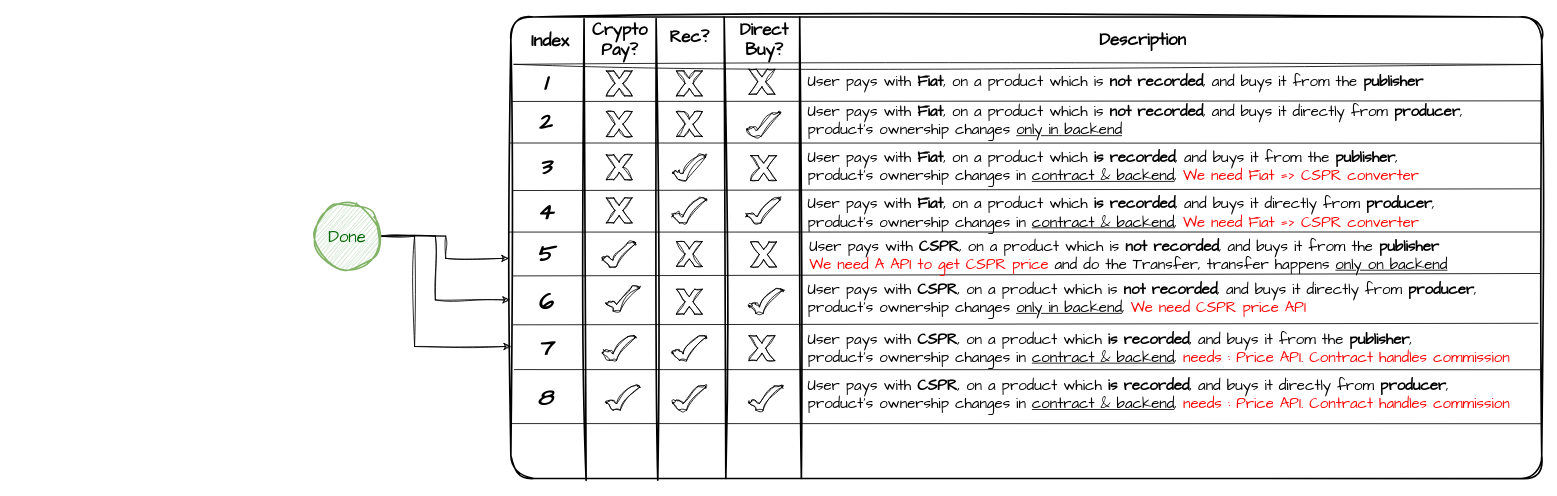
Before: Payment.drawio in k3rn3lpanicc/DroplinkedCharts, a draw.io diagram. Source tidied: cells renumbered, new cells numbered last; positions are measured from the earlier drawing's top-left corner, leaving out a move shared by most shapes. Both pictures are drawn from the tidied source at 83%, with x=0, y=0 at pixel (314, 14).
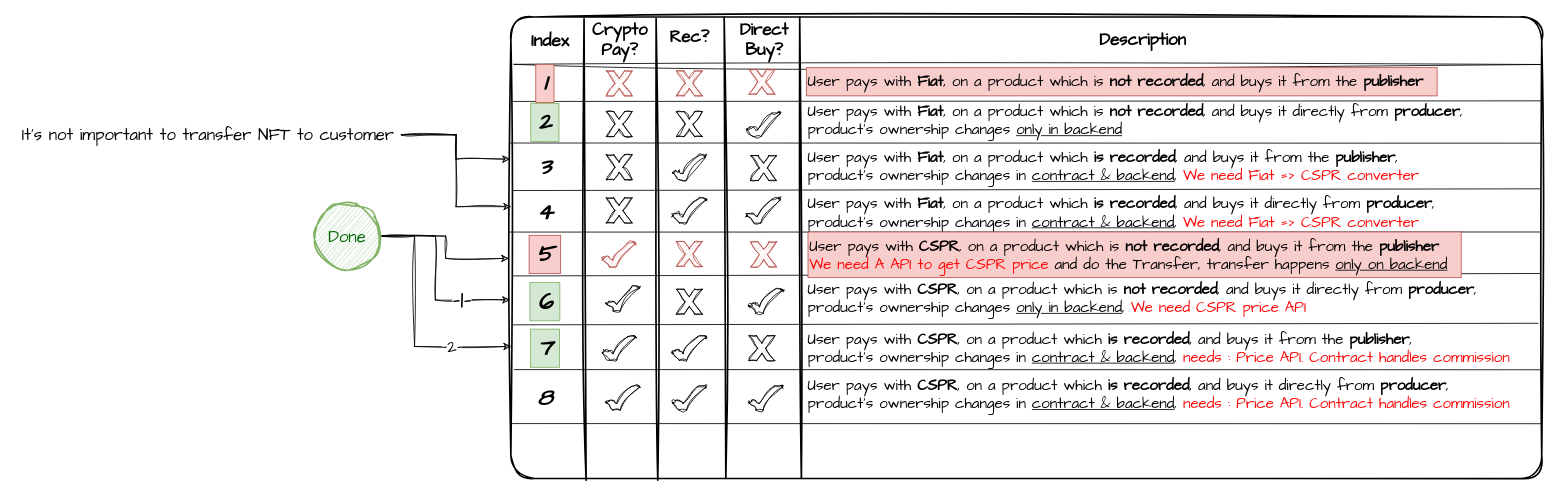
The same page after the edit.

The change refers to these unchanged cells:
```xml
<mxCell id="2" style="rounded=1;whiteSpace=wrap;html=1;sketch=1;hachureGap=4;jiggle=2;curveFitting=1;fontFamily=Architects Daughter;fontSize=20;arcSize=5;strokeWidth=2;" parent="1" vertex="1">
  <mxGeometry x="237" y="3" width="1242" height="556" as="geometry" />
</mxCell>
<mxCell id="62" style="edgeStyle=orthogonalEdgeStyle;rounded=0;sketch=1;hachureGap=4;jiggle=2;curveFitting=1;jettySize=auto;html=1;exitX=1;exitY=0.5;exitDx=0;exitDy=0;entryX=-0.001;entryY=0.613;entryDx=0;entryDy=0;entryPerimeter=0;fontFamily=Architects Daughter;fontSize=16;" parent="1" edge="1" source="64" target="2">
  <mxGeometry relative="1" as="geometry">
    <Array as="points">
      <mxPoint x="146" y="267" />
      <mxPoint x="146" y="344" />
    </Array>
  </mxGeometry>
</mxCell>
<mxCell id="63" style="edgeStyle=orthogonalEdgeStyle;rounded=0;sketch=1;hachureGap=4;jiggle=2;curveFitting=1;jettySize=auto;html=1;entryX=0;entryY=0.714;entryDx=0;entryDy=0;entryPerimeter=0;fontFamily=Architects Daughter;fontSize=16;" parent="1" edge="1" source="64" target="2">
  <mxGeometry relative="1" as="geometry">
    <Array as="points">
      <mxPoint x="121" y="267" />
      <mxPoint x="121" y="400" />
    </Array>
  </mxGeometry>
</mxCell>
```

Diff of the diagram source:
```diff
@@
-    <mxCell id="21" value="&lt;font style=&quot;font-size: 28px;&quot;&gt;&lt;b style=&quot;font-size: 28px;&quot;&gt;&lt;i style=&quot;font-size: 28px;&quot;&gt;1&lt;/i&gt;&lt;/b&gt;&lt;/font&gt;" style="text;html=1;align=center;verticalAlign=middle;strokeColor=none;fillColor=none;fontSize=28;fontFamily=Architects Daughter;" parent="1" vertex="1">
+    <mxCell id="21" value="&lt;font style=&quot;font-size: 28px;&quot;&gt;&lt;b style=&quot;font-size: 28px;&quot;&gt;&lt;i style=&quot;font-size: 28px;&quot;&gt;1&lt;/i&gt;&lt;/b&gt;&lt;/font&gt;" style="text;html=1;align=center;verticalAlign=middle;strokeColor=#b85450;fillColor=#f8cecc;fontSize=28;fontFamily=Architects Daughter;" parent="1" vertex="1">
       <mxGeometry x="267" y="60" width="22" height="46" as="geometry" />
     </mxCell>
-    <mxCell id="22" value="&lt;span style=&quot;font-size: 28px;&quot;&gt;&lt;b style=&quot;font-size: 28px;&quot;&gt;&lt;i style=&quot;font-size: 28px;&quot;&gt;2&lt;/i&gt;&lt;/b&gt;&lt;/span&gt;" style="text;html=1;align=center;verticalAlign=middle;strokeColor=none;fillColor=none;fontSize=28;fontFamily=Architects Daughter;" parent="1" vertex="1">
+    <mxCell id="22" value="&lt;span style=&quot;font-size: 28px;&quot;&gt;&lt;b style=&quot;font-size: 28px;&quot;&gt;&lt;i style=&quot;font-size: 28px;&quot;&gt;2&lt;/i&gt;&lt;/b&gt;&lt;/span&gt;" style="text;html=1;align=center;verticalAlign=middle;strokeColor=#82b366;fillColor=#d5e8d4;fontSize=28;fontFamily=Architects Daughter;" parent="1" vertex="1">
       <mxGeometry x="261" y="107" width="34" height="46" as="geometry" />
     </mxCell>
@@
-    <mxCell id="25" value="&lt;span style=&quot;font-size: 28px;&quot;&gt;&lt;b style=&quot;font-size: 28px;&quot;&gt;&lt;i style=&quot;font-size: 28px;&quot;&gt;5&lt;/i&gt;&lt;/b&gt;&lt;/span&gt;" style="text;html=1;align=center;verticalAlign=middle;strokeColor=none;fillColor=none;fontSize=28;fontFamily=Architects Daughter;" parent="1" vertex="1">
+    <mxCell id="25" value="&lt;span style=&quot;font-size: 28px;&quot;&gt;&lt;b style=&quot;font-size: 28px;&quot;&gt;&lt;i style=&quot;font-size: 28px;&quot;&gt;5&lt;/i&gt;&lt;/b&gt;&lt;/span&gt;" style="text;html=1;align=center;verticalAlign=middle;strokeColor=#b85450;fillColor=#f8cecc;fontSize=28;fontFamily=Architects Daughter;" parent="1" vertex="1">
       <mxGeometry x="259" y="266" width="38" height="46" as="geometry" />
     </mxCell>
-    <mxCell id="26" value="&lt;span style=&quot;font-size: 28px;&quot;&gt;&lt;b style=&quot;font-size: 28px;&quot;&gt;&lt;i style=&quot;font-size: 28px;&quot;&gt;6&lt;/i&gt;&lt;/b&gt;&lt;/span&gt;" style="text;html=1;align=center;verticalAlign=middle;strokeColor=none;fillColor=none;fontSize=28;fontFamily=Architects Daughter;" parent="1" vertex="1">
+    <mxCell id="26" value="&lt;span style=&quot;font-size: 28px;&quot;&gt;&lt;b style=&quot;font-size: 28px;&quot;&gt;&lt;i style=&quot;font-size: 28px;&quot;&gt;6&lt;/i&gt;&lt;/b&gt;&lt;/span&gt;" style="text;html=1;align=center;verticalAlign=middle;strokeColor=#82b366;fillColor=#d5e8d4;fontSize=28;fontFamily=Architects Daughter;" parent="1" vertex="1">
       <mxGeometry x="260" y="323" width="36" height="46" as="geometry" />
     </mxCell>
-    <mxCell id="27" value="&lt;span style=&quot;font-size: 28px;&quot;&gt;&lt;b style=&quot;font-size: 28px;&quot;&gt;&lt;i style=&quot;font-size: 28px;&quot;&gt;7&lt;/i&gt;&lt;/b&gt;&lt;/span&gt;" style="text;html=1;align=center;verticalAlign=middle;strokeColor=none;fillColor=none;fontSize=28;fontFamily=Architects Daughter;" parent="1" vertex="1">
+    <mxCell id="27" value="&lt;span style=&quot;font-size: 28px;&quot;&gt;&lt;b style=&quot;font-size: 28px;&quot;&gt;&lt;i style=&quot;font-size: 28px;&quot;&gt;7&lt;/i&gt;&lt;/b&gt;&lt;/span&gt;" style="text;html=1;align=center;verticalAlign=middle;strokeColor=#82b366;fillColor=#d5e8d4;fontSize=28;fontFamily=Architects Daughter;" parent="1" vertex="1">
       <mxGeometry x="260.5" y="379" width="35" height="46" as="geometry" />
     </mxCell>
@@
-    <mxCell id="29" style="verticalLabelPosition=bottom;verticalAlign=top;html=1;shape=mxgraph.basic.x;sketch=1;hachureGap=4;jiggle=2;curveFitting=1;fontFamily=Architects Daughter;fontSize=20;" parent="1" vertex="1">
+    <mxCell id="29" style="verticalLabelPosition=bottom;verticalAlign=top;html=1;shape=mxgraph.basic.x;sketch=1;hachureGap=4;jiggle=2;curveFitting=1;fontFamily=Architects Daughter;fontSize=20;fillColor=#f8cecc;strokeColor=#b85450;" parent="1" vertex="1">
       <mxGeometry x="352" y="68" width="31" height="30" as="geometry" />
     </mxCell>
@@
-    <mxCell id="33" style="verticalLabelPosition=bottom;verticalAlign=top;html=1;shape=mxgraph.basic.tick;sketch=1;hachureGap=4;jiggle=2;curveFitting=1;fontFamily=Architects Daughter;fontSize=20;" parent="1" vertex="1">
+    <mxCell id="33" style="verticalLabelPosition=bottom;verticalAlign=top;html=1;shape=mxgraph.basic.tick;sketch=1;hachureGap=4;jiggle=2;curveFitting=1;fontFamily=Architects Daughter;fontSize=20;fillColor=#f8cecc;strokeColor=#b85450;" parent="1" vertex="1">
       <mxGeometry x="347.4" y="273.5" width="40.2" height="31" as="geometry" />
     </mxCell>
@@
-    <mxCell id="37" style="verticalLabelPosition=bottom;verticalAlign=top;html=1;shape=mxgraph.basic.x;sketch=1;hachureGap=4;jiggle=2;curveFitting=1;fontFamily=Architects Daughter;fontSize=20;" parent="1" vertex="1">
+    <mxCell id="37" style="verticalLabelPosition=bottom;verticalAlign=top;html=1;shape=mxgraph.basic.x;sketch=1;hachureGap=4;jiggle=2;curveFitting=1;fontFamily=Architects Daughter;fontSize=20;fillColor=#f8cecc;strokeColor=#b85450;" parent="1" vertex="1">
       <mxGeometry x="436.5" y="68" width="31" height="30" as="geometry" />
     </mxCell>
@@
-    <mxCell id="39" style="verticalLabelPosition=bottom;verticalAlign=top;html=1;shape=mxgraph.basic.x;sketch=1;hachureGap=4;jiggle=2;curveFitting=1;fontFamily=Architects Daughter;fontSize=20;" parent="1" vertex="1">
+    <mxCell id="39" style="verticalLabelPosition=bottom;verticalAlign=top;html=1;shape=mxgraph.basic.x;sketch=1;hachureGap=4;jiggle=2;curveFitting=1;fontFamily=Architects Daughter;fontSize=20;fillColor=#f8cecc;strokeColor=#b85450;" parent="1" vertex="1">
       <mxGeometry x="436.5" y="273.5" width="31" height="30" as="geometry" />
     </mxCell>
@@
-    <mxCell id="45" style="verticalLabelPosition=bottom;verticalAlign=top;html=1;shape=mxgraph.basic.x;sketch=1;hachureGap=4;jiggle=2;curveFitting=1;fontFamily=Architects Daughter;fontSize=20;" parent="1" vertex="1">
+    <mxCell id="45" style="verticalLabelPosition=bottom;verticalAlign=top;html=1;shape=mxgraph.basic.x;sketch=1;hachureGap=4;jiggle=2;curveFitting=1;fontFamily=Architects Daughter;fontSize=20;fillColor=#f8cecc;strokeColor=#b85450;" parent="1" vertex="1">
       <mxGeometry x="524" y="66" width="31" height="30" as="geometry" />
     </mxCell>
@@
-    <mxCell id="47" style="verticalLabelPosition=bottom;verticalAlign=top;html=1;shape=mxgraph.basic.x;sketch=1;hachureGap=4;jiggle=2;curveFitting=1;fontFamily=Architects Daughter;fontSize=20;" parent="1" vertex="1">
+    <mxCell id="47" style="verticalLabelPosition=bottom;verticalAlign=top;html=1;shape=mxgraph.basic.x;sketch=1;hachureGap=4;jiggle=2;curveFitting=1;fontFamily=Architects Daughter;fontSize=20;fillColor=#f8cecc;strokeColor=#b85450;" parent="1" vertex="1">
       <mxGeometry x="526" y="274" width="31" height="30" as="geometry" />
     </mxCell>
@@
-    <mxCell id="53" value="User pays with &lt;b&gt;Fiat&lt;/b&gt;, on a product which is &lt;b&gt;not recorded&lt;/b&gt;, and buys it from the &lt;b&gt;publisher&lt;/b&gt;" style="text;html=1;align=left;verticalAlign=middle;strokeColor=none;fillColor=none;fontSize=18;fontFamily=Architects Daughter;fontStyle=0;" parent="1" vertex="1">
+    <mxCell id="53" value="User pays with &lt;b&gt;Fiat&lt;/b&gt;, on a product which is &lt;b&gt;not recorded&lt;/b&gt;, and buys it from the &lt;b&gt;publisher&lt;/b&gt;" style="text;html=1;align=left;verticalAlign=middle;strokeColor=#b85450;fillColor=#f8cecc;fontSize=18;fontFamily=Architects Daughter;fontStyle=0;" parent="1" vertex="1">
       <mxGeometry x="593" y="64" width="760" height="34" as="geometry" />
     </mxCell>
@@
-    <mxCell id="57" value="User pays with &lt;b&gt;CSPR&lt;/b&gt;, on a product which is &lt;b&gt;not recorded&lt;/b&gt;, and buys it from the &lt;b&gt;publisher&lt;/b&gt;&lt;br&gt;&lt;font color=&quot;#ff0505&quot;&gt;We need A API to get CSPR price&lt;/font&gt; and do the Transfer, transfer happens &lt;u&gt;only on backend&lt;/u&gt;" style="text;html=1;align=left;verticalAlign=middle;strokeColor=none;fillColor=none;fontSize=18;fontFamily=Architects Daughter;fontStyle=0;" parent="1" vertex="1">
+    <mxCell id="57" value="User pays with &lt;b&gt;CSPR&lt;/b&gt;, on a product which is &lt;b&gt;not recorded&lt;/b&gt;, and buys it from the &lt;b&gt;publisher&lt;/b&gt;&lt;br&gt;&lt;font color=&quot;#ff0505&quot;&gt;We need A API to get CSPR price&lt;/font&gt; and do the Transfer, transfer happens &lt;u&gt;only on backend&lt;/u&gt;" style="text;html=1;align=left;verticalAlign=middle;strokeColor=#b85450;fillColor=#f8cecc;fontSize=18;fontFamily=Architects Daughter;fontStyle=0;" parent="1" vertex="1">
       <mxGeometry x="595" y="262" width="787" height="55" as="geometry" />
     </mxCell>
@@
+    <mxCell id="65" value="&lt;p style=&quot;line-height: 100%;&quot;&gt;&lt;font style=&quot;font-size: 31px;&quot;&gt;-1-&lt;/font&gt;&lt;/p&gt;" style="edgeLabel;html=1;align=center;verticalAlign=middle;fontSize=20;fontFamily=Architects Daughter;" parent="62" vertex="1">
+      <mxGeometry x="0.53" y="-1" relative="1" as="geometry">
+        <mxPoint x="-4" y="1" as="offset" />
+      </mxGeometry>
+    </mxCell>
@@
+    <mxCell id="66" value="-2-" style="edgeLabel;html=1;align=center;verticalAlign=middle;fontSize=20;fontFamily=Architects Daughter;" parent="63" vertex="1">
+      <mxGeometry x="0.51" relative="1" as="geometry" />
+    </mxCell>
@@
+    <mxCell id="67" style="edgeStyle=orthogonalEdgeStyle;rounded=0;sketch=1;hachureGap=4;jiggle=2;curveFitting=1;jettySize=auto;html=1;entryX=-0.001;entryY=0.308;entryDx=0;entryDy=0;entryPerimeter=0;fontFamily=Architects Daughter;fontSize=16;" parent="1" edge="1" source="69" target="2">
+      <mxGeometry relative="1" as="geometry" />
+    </mxCell>
+    <mxCell id="68" style="edgeStyle=orthogonalEdgeStyle;rounded=0;sketch=1;hachureGap=4;jiggle=2;curveFitting=1;jettySize=auto;html=1;entryX=0;entryY=0.411;entryDx=0;entryDy=0;entryPerimeter=0;fontFamily=Architects Daughter;fontSize=16;" parent="1" edge="1" source="69" target="2">
+      <mxGeometry relative="1" as="geometry" />
+    </mxCell>
+    <mxCell id="69" value="It's not important to transfer NFT to customer" style="text;html=1;align=center;verticalAlign=middle;points=[];strokeColor=none;fillColor=none;fontSize=20;fontFamily=Architects Daughter;" parent="1" vertex="1">
+      <mxGeometry x="-361" y="127" width="466" height="36" as="geometry" />
+    </mxCell>
```
